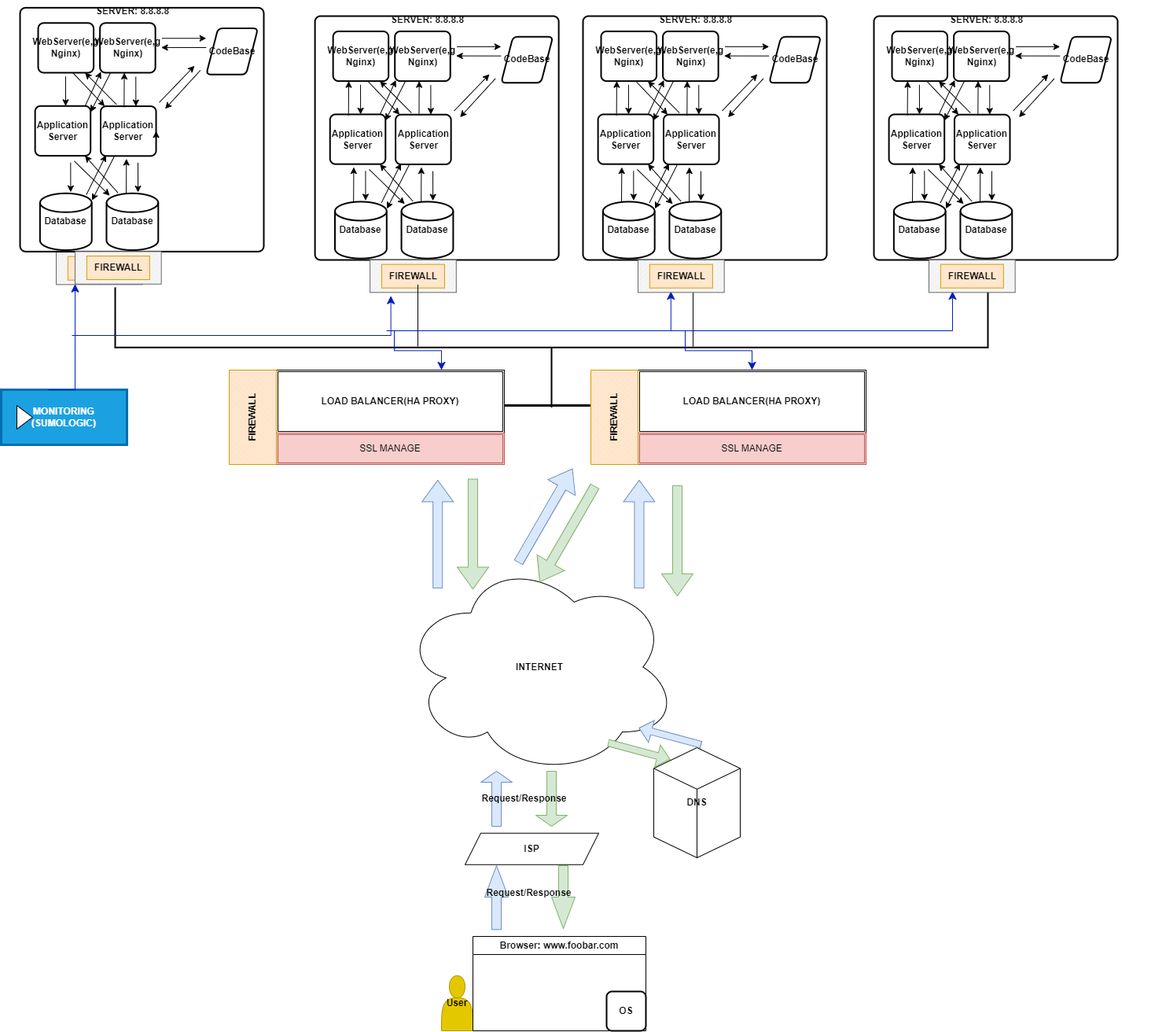
This is 0x09-web_infrastructure_design/3-scale_up.drawio.png from annerachael/alx-system_engineering-devops, a draw.io export, as it was before one commit. Source tidied: cells renumbered, new cells last; positions are measured from the earlier drawing's top-left corner, leaving out a move shared by most shapes.
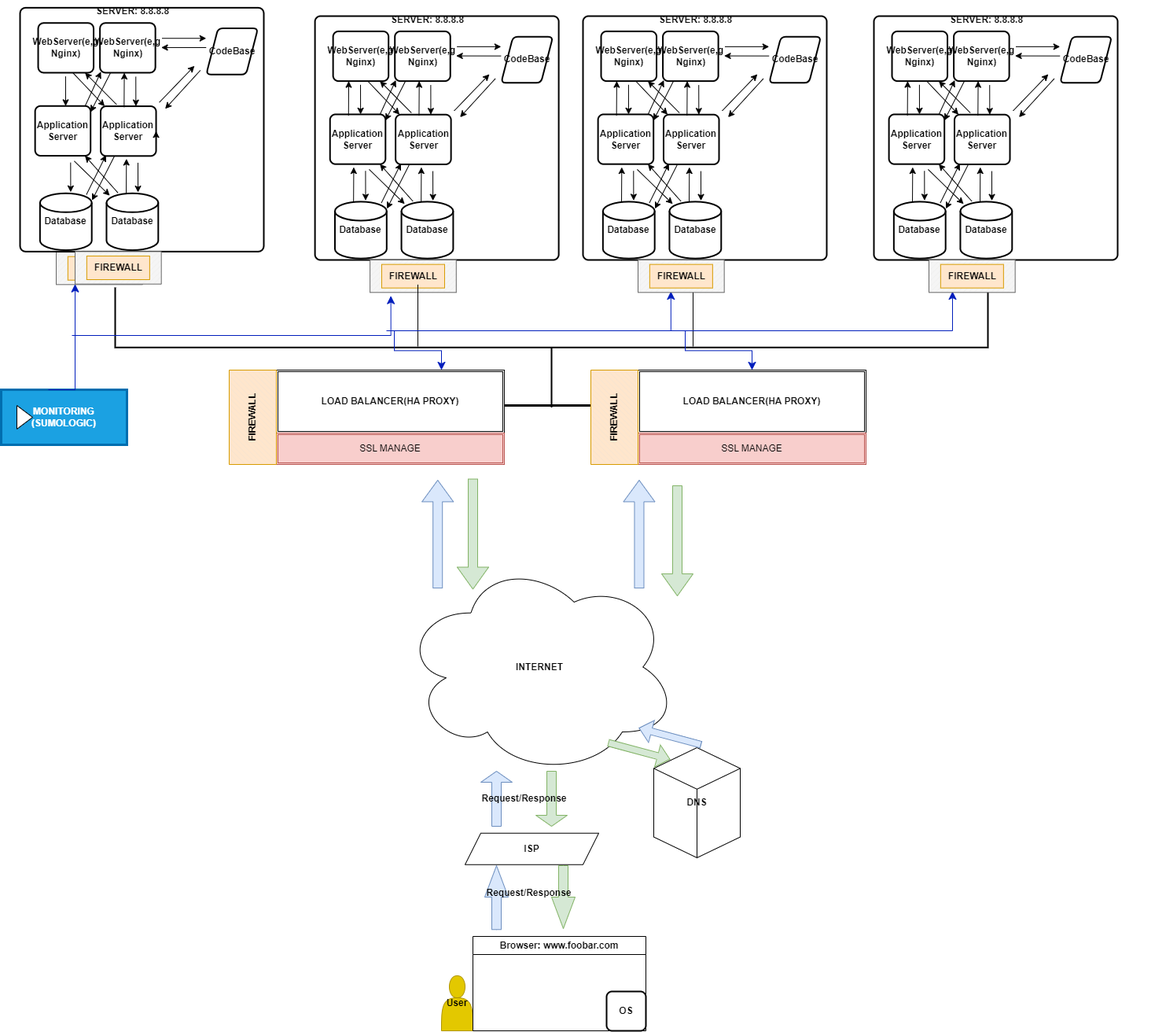
After the commit.

What changed in the source:
```diff
@@ -406,12 +406,6 @@
     <mxCell id="101" style="shape=singleArrow;whiteSpace=wrap;html=1;rotation=90;fillColor=#d5e8d4;strokeColor=#82b366;" parent="37" vertex="1">
       <mxGeometry x="790" y="667.1" width="140" height="40" as="geometry" />
     </mxCell>
-    <mxCell id="102" style="shape=singleArrow;whiteSpace=wrap;html=1;rotation=-60;fillColor=#dae8fc;strokeColor=#6c8ebf;" parent="37" vertex="1">
-      <mxGeometry x="623.8" y="635" width="137.1" height="40" as="geometry" />
-    </mxCell>
-    <mxCell id="103" style="shape=singleArrow;whiteSpace=wrap;html=1;rotation=-240;fillColor=#d5e8d4;strokeColor=#82b366;" parent="37" vertex="1">
-      <mxGeometry x="650" y="658.5" width="140" height="40" as="geometry" />
-    </mxCell>
     <mxCell id="104" value="&lt;b&gt;MONITORING&lt;br&gt;(SUMOLOGIC)&lt;br&gt;&lt;/b&gt;" style="html=1;whiteSpace=wrap;fillColor=#1ba1e2;fontColor=#ffffff;strokeColor=#006EAF;strokeWidth=3;" parent="37" vertex="1">
       <mxGeometry y="495" width="160" height="70" as="geometry" />
     </mxCell>
```
